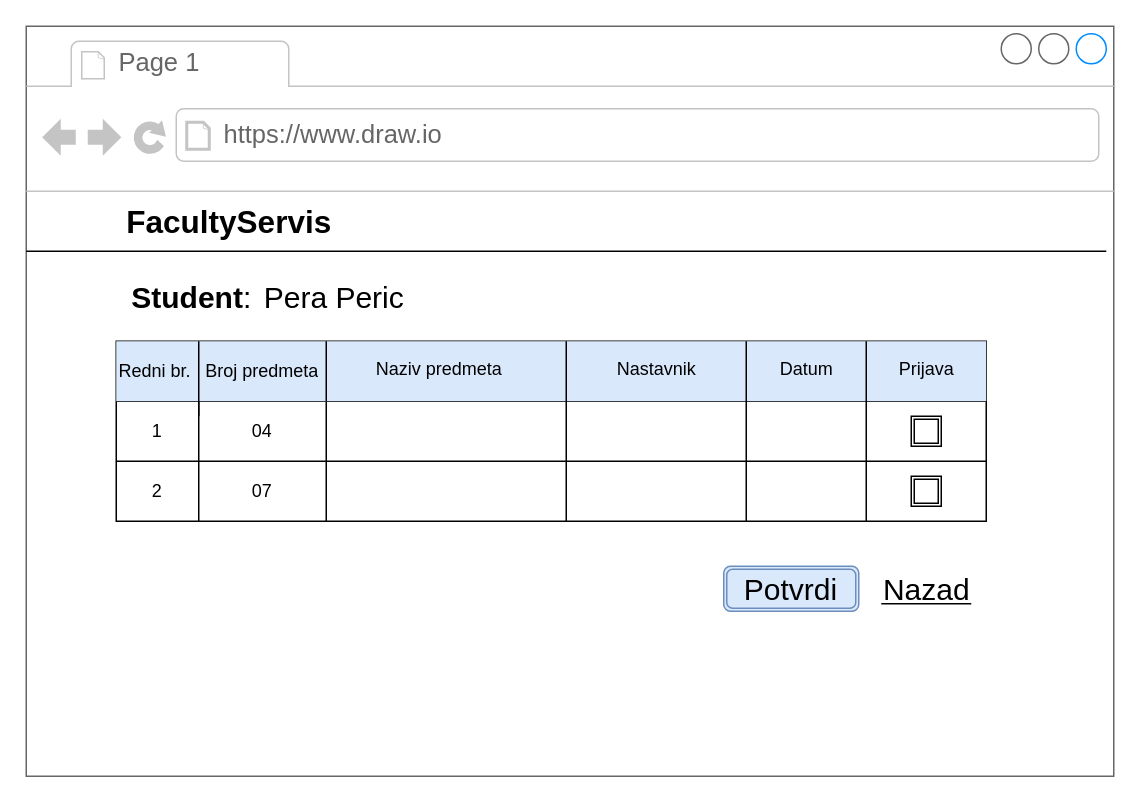
This is EObrazivanjeProjekat/Wireframes/PrijavaIspita.drawio from milankrunic/EObrazovanjeProjekat2021, a draw.io file, before an edit. Source tidied: cells renumbered, new cells numbered last; positions are measured from the earlier drawing's top-left corner, leaving out a move shared by most shapes. Both pictures are drawn from the tidied source at 150%, with x=0, y=0 at pixel (26, 26).
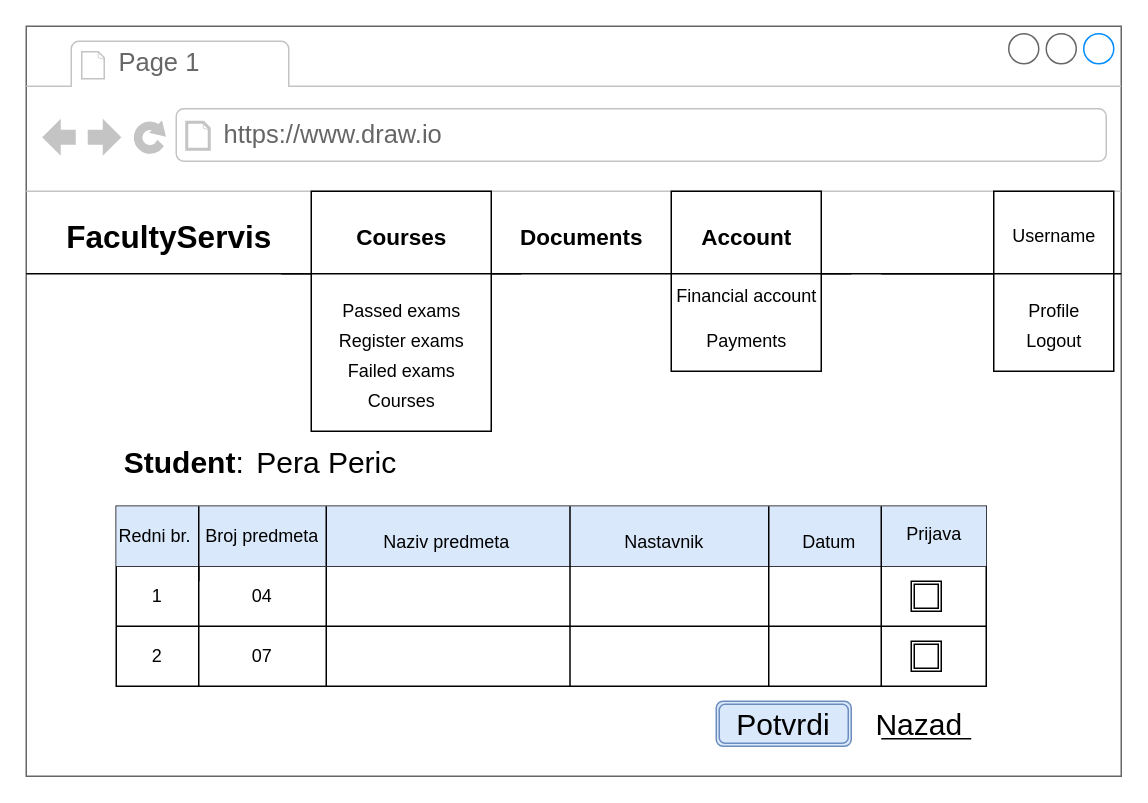
After the change.

The edit, as a diff of the source:
```diff
@@
     <mxCell id="2" style="strokeWidth=1;shadow=0;dashed=0;align=center;html=1;shape=mxgraph.mockup.containers.browserWindow;rSize=0;strokeColor=#666666;strokeColor2=#008cff;strokeColor3=#c4c4c4;mainText=,;fontStyle=1;verticalAlign=middle;fontSize=20;" parent="1" vertex="1">
-      <mxGeometry width="725" height="500" as="geometry" />
+      <mxGeometry width="730" height="500" as="geometry" />
     </mxCell>
@@
     <mxCell id="5" style="shape=table;html=1;whiteSpace=wrap;startSize=0;childLayout=tableLayout;" parent="2" vertex="1">
-      <mxGeometry x="60" y="210" width="580" height="120" as="geometry" />
+      <mxGeometry x="60" y="320" width="580" height="120" as="geometry" />
     </mxCell>
@@
-    <mxCell id="18" value="&lt;font style=&quot;font-size: 20px&quot;&gt;&lt;b&gt;Student&lt;/b&gt;:&lt;/font&gt;" style="text;html=1;align=center;verticalAlign=middle;" parent="2" vertex="1">
-      <mxGeometry x="60" y="170" width="100" height="20" as="geometry" />
+    <mxCell id="18" value="&lt;font style=&quot;font-size: 20px&quot;&gt;&lt;b&gt;Student&lt;/b&gt;:&lt;/font&gt;" style="text;html=1;align=center;verticalAlign=middle;rotation=0;" parent="2" vertex="1">
+      <mxGeometry x="55" y="280" width="100" height="20" as="geometry" />
     </mxCell>
     <mxCell id="19" value="Pera Peric" style="text;html=1;align=center;verticalAlign=middle;fontSize=20;" parent="2" vertex="1">
-      <mxGeometry x="150" y="165" width="110" height="30" as="geometry" />
+      <mxGeometry x="145" y="275" width="110" height="30" as="geometry" />
     </mxCell>
     <mxCell id="20" style="line;strokeWidth=1;html=1;perimeter=backbonePerimeter;fontSize=20;align=center;" parent="2" vertex="1">
-      <mxGeometry y="145" width="720" height="10" as="geometry" />
+      <mxGeometry y="160" width="720" height="10" as="geometry" />
     </mxCell>
     <mxCell id="21" value="&lt;font style=&quot;font-size: 21px&quot;&gt;&lt;b&gt;FacultyServis&lt;/b&gt;&lt;/font&gt;" style="text;html=1;align=center;verticalAlign=middle;fontSize=20;" parent="2" vertex="1">
-      <mxGeometry x="60" y="115" width="150" height="30" as="geometry" />
+      <mxGeometry x="20" y="125" width="150" height="30" as="geometry" />
     </mxCell>
     <mxCell id="22" style="line;strokeWidth=1;direction=south;html=1;perimeter=backbonePerimeter;fontSize=20;align=center;" parent="2" vertex="1">
-      <mxGeometry x="110" y="210" width="10" height="50" as="geometry" />
+      <mxGeometry x="110" y="320" width="10" height="50" as="geometry" />
     </mxCell>
     <mxCell id="23" style="line;strokeWidth=1;direction=south;html=1;perimeter=backbonePerimeter;fontSize=20;align=center;" parent="2" vertex="1">
-      <mxGeometry x="190" y="210" width="20" height="40" as="geometry" />
+      <mxGeometry x="190" y="320" width="20" height="40" as="geometry" />
     </mxCell>
     <mxCell id="24" value="&lt;font style=&quot;font-size: 12px&quot;&gt;Naziv predmeta&lt;/font&gt;" style="text;html=1;align=center;verticalAlign=middle;fontSize=20;" parent="2" vertex="1">
-      <mxGeometry x="225" y="210" width="100" height="30" as="geometry" />
+      <mxGeometry x="230" y="325" width="100" height="30" as="geometry" />
     </mxCell>
     <mxCell id="25" style="line;strokeWidth=1;direction=south;html=1;perimeter=backbonePerimeter;fontSize=20;align=center;" parent="2" vertex="1">
-      <mxGeometry x="355" y="210" width="10" height="120" as="geometry" />
+      <mxGeometry x="357.5" y="320" width="10" height="120" as="geometry" />
     </mxCell>
     <mxCell id="26" value="&lt;font style=&quot;font-size: 12px&quot;&gt;Nastavnik&lt;/font&gt;" style="text;html=1;align=center;verticalAlign=middle;fontSize=20;" parent="2" vertex="1">
-      <mxGeometry x="385" y="210" width="70" height="30" as="geometry" />
+      <mxGeometry x="390" y="325" width="70" height="30" as="geometry" />
     </mxCell>
     <mxCell id="27" style="line;strokeWidth=1;direction=south;html=1;perimeter=backbonePerimeter;fontSize=20;align=center;" parent="2" vertex="1">
-      <mxGeometry x="475" y="210" width="10" height="120" as="geometry" />
+      <mxGeometry x="490" y="320" width="10" height="120" as="geometry" />
     </mxCell>
     <mxCell id="28" value="&lt;font style=&quot;font-size: 12px&quot;&gt;Datum&lt;/font&gt;" style="text;html=1;align=center;verticalAlign=middle;fontSize=20;" parent="2" vertex="1">
-      <mxGeometry x="495" y="210" width="50" height="30" as="geometry" />
+      <mxGeometry x="510" y="325" width="50" height="30" as="geometry" />
     </mxCell>
     <mxCell id="29" style="line;strokeWidth=1;direction=south;html=1;perimeter=backbonePerimeter;fontSize=20;align=center;" parent="2" vertex="1">
-      <mxGeometry x="555" y="210" width="10" height="120" as="geometry" />
+      <mxGeometry x="565" y="320" width="10" height="120" as="geometry" />
     </mxCell>
     <mxCell id="30" value="&lt;font style=&quot;font-size: 12px&quot;&gt;Prijava&lt;/font&gt;" style="text;html=1;align=center;verticalAlign=middle;fontSize=20;" parent="2" vertex="1">
-      <mxGeometry x="575" y="210" width="50" height="30" as="geometry" />
+      <mxGeometry x="580" y="320" width="50" height="30" as="geometry" />
     </mxCell>
     <mxCell id="31" style="shape=ext;double=1;whiteSpace=wrap;html=1;strokeWidth=1;fontSize=20;align=center;" parent="2" vertex="1">
-      <mxGeometry x="590" y="260" width="20" height="20" as="geometry" />
+      <mxGeometry x="590" y="370" width="20" height="20" as="geometry" />
     </mxCell>
     <mxCell id="32" style="shape=ext;double=1;whiteSpace=wrap;html=1;strokeWidth=1;fontSize=20;align=center;" parent="2" vertex="1">
-      <mxGeometry x="590" y="300" width="20" height="20" as="geometry" />
+      <mxGeometry x="590" y="410" width="20" height="20" as="geometry" />
     </mxCell>
     <mxCell id="33" value="Potvrdi" style="shape=ext;double=1;rounded=1;whiteSpace=wrap;html=1;strokeWidth=1;fontSize=20;align=center;fillColor=#dae8fc;strokeColor=#6c8ebf;" parent="2" vertex="1">
-      <mxGeometry x="465" y="360" width="90" height="30" as="geometry" />
+      <mxGeometry x="460" y="450" width="90" height="30" as="geometry" />
     </mxCell>
     <mxCell id="34" value="Nazad" style="text;html=1;align=center;verticalAlign=middle;fontSize=20;" parent="2" vertex="1">
-      <mxGeometry x="565" y="360" width="70" height="30" as="geometry" />
+      <mxGeometry x="560" y="450" width="70" height="30" as="geometry" />
     </mxCell>
     <mxCell id="35" style="line;strokeWidth=1;html=1;perimeter=backbonePerimeter;fontSize=20;align=center;" parent="2" vertex="1">
-      <mxGeometry x="570" y="380" width="60" height="10" as="geometry" />
+      <mxGeometry x="570" y="470" width="60" height="10" as="geometry" />
     </mxCell>
+    <mxCell id="36" style="rounded=0;whiteSpace=wrap;html=1;strokeWidth=1;direction=south;" parent="2" vertex="1">
+      <mxGeometry x="190" y="110" width="120" height="160" as="geometry" />
+    </mxCell>
+    <mxCell id="37" style="line;strokeWidth=1;html=1;perimeter=backbonePerimeter;" parent="2" vertex="1">
+      <mxGeometry x="170" y="160" width="160" height="10" as="geometry" />
+    </mxCell>
+    <mxCell id="38" value="&lt;b&gt;&lt;font style=&quot;font-size: 15px&quot;&gt;Courses&lt;/font&gt;&lt;/b&gt;" style="text;html=1;align=center;verticalAlign=middle;" parent="2" vertex="1">
+      <mxGeometry x="210" y="130" width="80" height="20" as="geometry" />
+    </mxCell>
+    <mxCell id="39" value="Passed exams" style="text;html=1;align=center;verticalAlign=middle;" parent="2" vertex="1">
+      <mxGeometry x="205" y="180" width="90" height="20" as="geometry" />
+    </mxCell>
+    <mxCell id="40" value="Register exams" style="text;html=1;align=center;verticalAlign=middle;" parent="2" vertex="1">
+      <mxGeometry x="200" y="200" width="100" height="20" as="geometry" />
+    </mxCell>
+    <mxCell id="41" value="Failed exams" style="text;html=1;align=center;verticalAlign=middle;" parent="2" vertex="1">
+      <mxGeometry x="205" y="220" width="90" height="20" as="geometry" />
+    </mxCell>
+    <mxCell id="42" value="Courses" style="text;html=1;align=center;verticalAlign=middle;" parent="2" vertex="1">
+      <mxGeometry x="220" y="240" width="60" height="20" as="geometry" />
+    </mxCell>
+    <mxCell id="43" value="&lt;b&gt;&lt;font style=&quot;font-size: 15px&quot;&gt;Documents&lt;/font&gt;&lt;/b&gt;" style="text;html=1;align=center;verticalAlign=middle;" parent="2" vertex="1">
+      <mxGeometry x="320" y="130" width="100" height="20" as="geometry" />
+    </mxCell>
+    <mxCell id="44" style="rounded=0;whiteSpace=wrap;html=1;strokeWidth=1;direction=south;shadow=0;" parent="2" vertex="1">
+      <mxGeometry x="430" y="110" width="100" height="120" as="geometry" />
+    </mxCell>
+    <mxCell id="45" value="&lt;b&gt;&lt;font style=&quot;font-size: 15px&quot;&gt;Account&lt;/font&gt;&lt;/b&gt;" style="text;html=1;align=center;verticalAlign=middle;" parent="2" vertex="1">
+      <mxGeometry x="440" y="130" width="80" height="20" as="geometry" />
+    </mxCell>
+    <mxCell id="46" style="line;strokeWidth=1;html=1;perimeter=backbonePerimeter;shadow=0;gradientColor=none;" parent="2" vertex="1">
+      <mxGeometry x="430" y="160" width="120" height="10" as="geometry" />
+    </mxCell>
+    <mxCell id="47" value="Financial account" style="text;html=1;align=center;verticalAlign=middle;" parent="2" vertex="1">
+      <mxGeometry x="425" y="170" width="110" height="20" as="geometry" />
+    </mxCell>
+    <mxCell id="48" value="Payments" style="text;html=1;align=center;verticalAlign=middle;" parent="2" vertex="1">
+      <mxGeometry x="445" y="200" width="70" height="20" as="geometry" />
+    </mxCell>
+    <mxCell id="49" style="rounded=0;whiteSpace=wrap;html=1;shadow=0;strokeWidth=1;gradientColor=none;direction=south;" parent="2" vertex="1">
+      <mxGeometry x="645" y="110" width="80" height="120" as="geometry" />
+    </mxCell>
+    <mxCell id="50" style="line;strokeWidth=1;html=1;perimeter=backbonePerimeter;shadow=0;gradientColor=none;" parent="2" vertex="1">
+      <mxGeometry x="570" y="160" width="160" height="10" as="geometry" />
+    </mxCell>
+    <mxCell id="51" value="Username" style="text;html=1;align=center;verticalAlign=middle;" parent="2" vertex="1">
+      <mxGeometry x="650" y="130" width="70" height="20" as="geometry" />
+    </mxCell>
+    <mxCell id="52" value="Profile" style="text;html=1;align=center;verticalAlign=middle;" parent="2" vertex="1">
+      <mxGeometry x="660" y="180" width="50" height="20" as="geometry" />
+    </mxCell>
+    <mxCell id="53" value="Logout" style="text;html=1;align=center;verticalAlign=middle;" parent="2" vertex="1">
+      <mxGeometry x="660" y="200" width="50" height="20" as="geometry" />
+    </mxCell>
```
